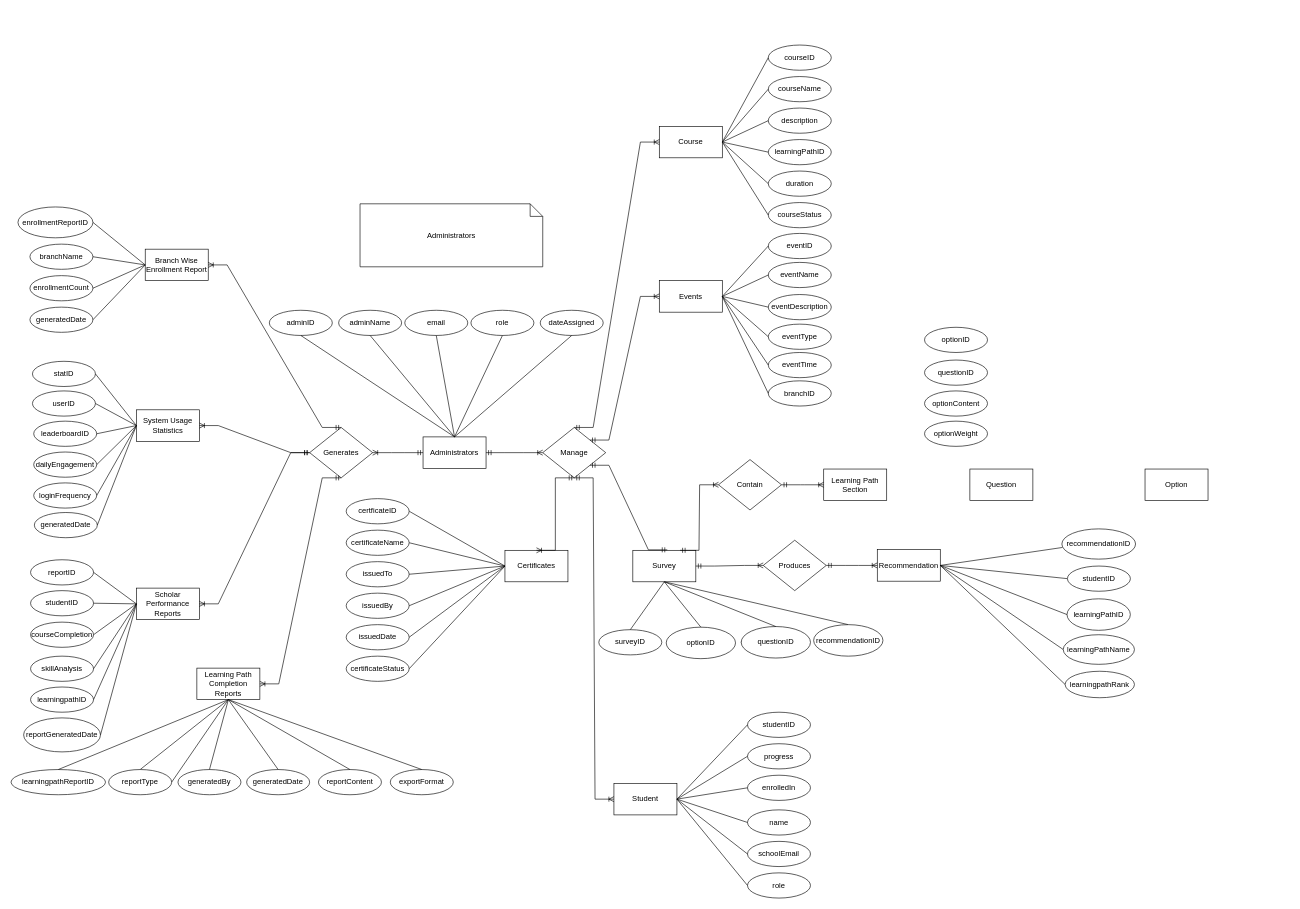
This is page "Page-4" (2 of 4) of SL-Activities/Task121/.drawio from rnrhltn/javanc3uc1, a draw.io file, before an edit. Source tidied: cells renumbered, new cells numbered last; positions are measured from the earlier drawing's top-left corner, leaving out a move shared by most shapes. Both pictures are drawn from the tidied source at 63%, with x=0, y=0 at pixel (11, 45).
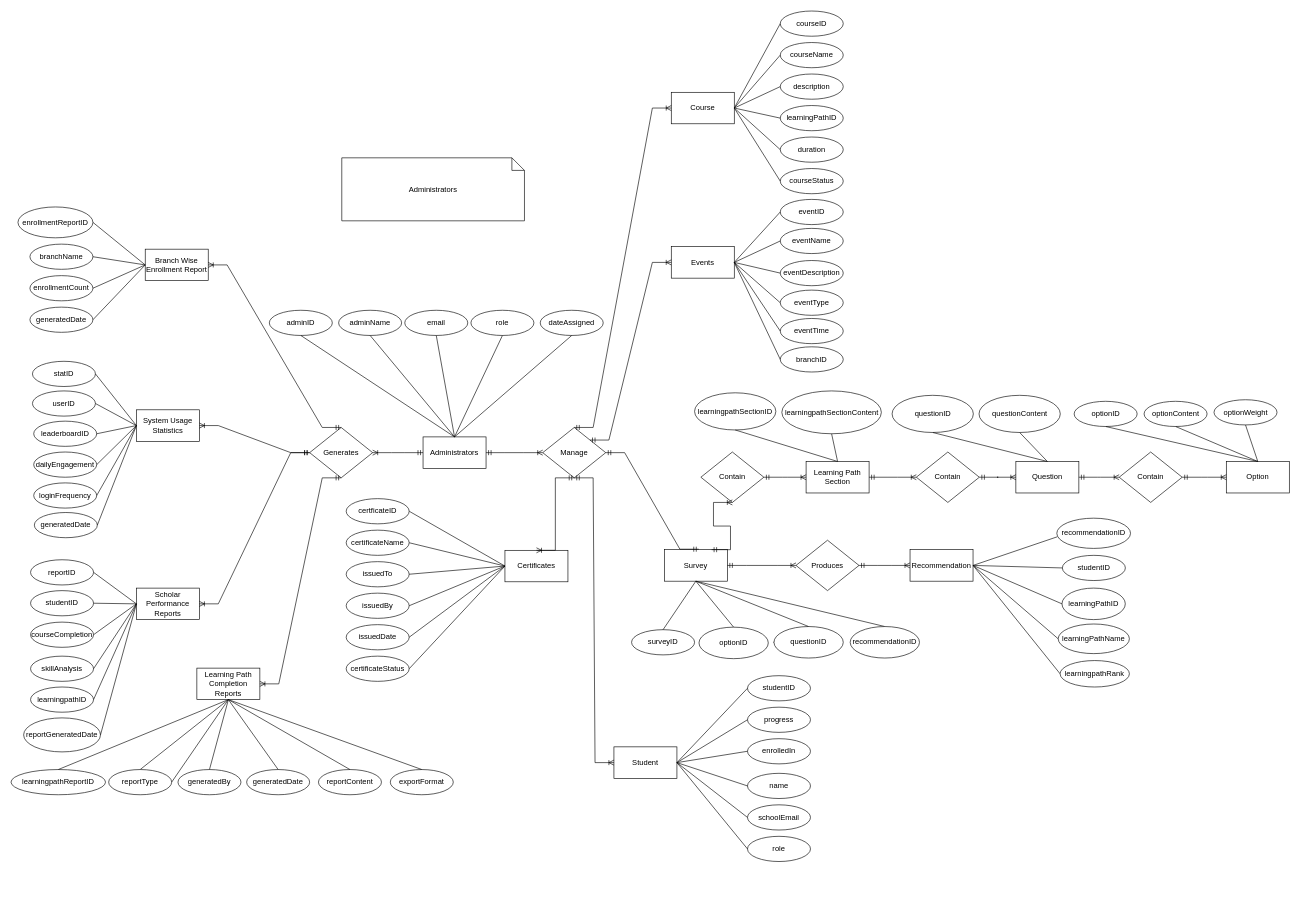
The same diagram, later.

The change refers to these unchanged cells:
```xml
<mxCell id="4" value="Manage" style="shape=rhombus;html=1;dashed=0;whiteSpace=wrap;perimeter=rhombusPerimeter;" parent="1" vertex="1">
  <mxGeometry x="844" y="607" width="100" height="80" as="geometry" />
</mxCell>
```

Diff of the diagram source:
```diff
@@
     <mxCell id="2" value="Administrators" style="shape=note;size=20;whiteSpace=wrap;html=1;" parent="1" vertex="1">
-      <mxGeometry x="554" y="252" width="290" height="100" as="geometry" />
+      <mxGeometry x="525" y="179" width="290" height="100" as="geometry" />
     </mxCell>
@@
     <mxCell id="5" value="Recommendation" style="html=1;dashed=0;whiteSpace=wrap;" parent="1" vertex="1">
-      <mxGeometry x="1375" y="801" width="100" height="50" as="geometry" />
+      <mxGeometry x="1427" y="801" width="100" height="50" as="geometry" />
     </mxCell>
     <mxCell id="6" value="Course" style="html=1;dashed=0;whiteSpace=wrap;" parent="1" vertex="1">
-      <mxGeometry x="1029" y="129" width="100" height="50" as="geometry" />
+      <mxGeometry x="1048" y="75" width="100" height="50" as="geometry" />
     </mxCell>
     <mxCell id="7" value="Student" style="html=1;dashed=0;whiteSpace=wrap;" parent="1" vertex="1">
-      <mxGeometry x="957" y="1172" width="100" height="50" as="geometry" />
+      <mxGeometry x="957" y="1114" width="100" height="50" as="geometry" />
     </mxCell>
@@
     <mxCell id="40" value="studentID" style="ellipse;whiteSpace=wrap;html=1;align=center;" parent="1" vertex="1">
-      <mxGeometry x="1169" y="1059" width="100" height="40" as="geometry" />
+      <mxGeometry x="1169" y="1001" width="100" height="40" as="geometry" />
     </mxCell>
     <mxCell id="41" value="name" style="ellipse;whiteSpace=wrap;html=1;align=center;" parent="1" vertex="1">
-      <mxGeometry x="1169" y="1214" width="100" height="40" as="geometry" />
+      <mxGeometry x="1169" y="1156" width="100" height="40" as="geometry" />
     </mxCell>
     <mxCell id="42" value="schoolEmail" style="ellipse;whiteSpace=wrap;html=1;align=center;" parent="1" vertex="1">
-      <mxGeometry x="1169" y="1264" width="100" height="40" as="geometry" />
+      <mxGeometry x="1169" y="1206" width="100" height="40" as="geometry" />
     </mxCell>
     <mxCell id="43" value="role" style="ellipse;whiteSpace=wrap;html=1;align=center;" parent="1" vertex="1">
-      <mxGeometry x="1169" y="1314" width="100" height="40" as="geometry" />
+      <mxGeometry x="1169" y="1256" width="100" height="40" as="geometry" />
     </mxCell>
     <mxCell id="44" value="enrolledIn" style="ellipse;whiteSpace=wrap;html=1;align=center;" parent="1" vertex="1">
-      <mxGeometry x="1169" y="1159" width="100" height="40" as="geometry" />
+      <mxGeometry x="1169" y="1101" width="100" height="40" as="geometry" />
     </mxCell>
     <mxCell id="45" value="progress" style="ellipse;whiteSpace=wrap;html=1;align=center;" parent="1" vertex="1">
-      <mxGeometry x="1169" y="1109" width="100" height="40" as="geometry" />
+      <mxGeometry x="1169" y="1051" width="100" height="40" as="geometry" />
     </mxCell>
@@
     <mxCell id="52" value="&lt;div&gt;courseID&lt;/div&gt;" style="ellipse;whiteSpace=wrap;html=1;align=center;" parent="1" vertex="1">
-      <mxGeometry x="1202" width="100" height="40" as="geometry" />
+      <mxGeometry x="1221" y="-54" width="100" height="40" as="geometry" />
     </mxCell>
     <mxCell id="53" value="&lt;div&gt;courseName&lt;/div&gt;" style="ellipse;whiteSpace=wrap;html=1;align=center;" parent="1" vertex="1">
-      <mxGeometry x="1202" y="50" width="100" height="40" as="geometry" />
+      <mxGeometry x="1221" y="-4" width="100" height="40" as="geometry" />
     </mxCell>
     <mxCell id="54" value="&lt;div&gt;description&lt;/div&gt;" style="ellipse;whiteSpace=wrap;html=1;align=center;" parent="1" vertex="1">
-      <mxGeometry x="1202" y="100" width="100" height="40" as="geometry" />
+      <mxGeometry x="1221" y="46" width="100" height="40" as="geometry" />
     </mxCell>
     <mxCell id="55" value="&lt;div&gt;learningPathID&lt;/div&gt;" style="ellipse;whiteSpace=wrap;html=1;align=center;" parent="1" vertex="1">
-      <mxGeometry x="1202" y="150" width="100" height="40" as="geometry" />
+      <mxGeometry x="1221" y="96" width="100" height="40" as="geometry" />
     </mxCell>
     <mxCell id="56" value="&lt;div&gt;courseStatus&lt;/div&gt;" style="ellipse;whiteSpace=wrap;html=1;align=center;" parent="1" vertex="1">
-      <mxGeometry x="1202" y="250" width="100" height="40" as="geometry" />
+      <mxGeometry x="1221" y="196" width="100" height="40" as="geometry" />
     </mxCell>
@@
     <mxCell id="62" value="&lt;div&gt;duration&lt;/div&gt;" style="ellipse;whiteSpace=wrap;html=1;align=center;" parent="1" vertex="1">
-      <mxGeometry x="1202" y="200" width="100" height="40" as="geometry" />
+      <mxGeometry x="1221" y="146" width="100" height="40" as="geometry" />
     </mxCell>
@@
     <mxCell id="120" value="eventDescription" style="ellipse;whiteSpace=wrap;html=1;align=center;" parent="1" vertex="1">
-      <mxGeometry x="1202" y="396" width="100" height="40" as="geometry" />
+      <mxGeometry x="1221" y="342" width="100" height="40" as="geometry" />
     </mxCell>
     <mxCell id="121" value="eventTime" style="ellipse;whiteSpace=wrap;html=1;align=center;" parent="1" vertex="1">
-      <mxGeometry x="1202" y="488" width="100" height="40" as="geometry" />
+      <mxGeometry x="1221" y="434" width="100" height="40" as="geometry" />
     </mxCell>
     <mxCell id="122" value="eventType" style="ellipse;whiteSpace=wrap;html=1;align=center;" parent="1" vertex="1">
-      <mxGeometry x="1202" y="443" width="100" height="40" as="geometry" />
+      <mxGeometry x="1221" y="389" width="100" height="40" as="geometry" />
     </mxCell>
     <mxCell id="123" value="branchID" style="ellipse;whiteSpace=wrap;html=1;align=center;" parent="1" vertex="1">
-      <mxGeometry x="1202" y="533" width="100" height="40" as="geometry" />
+      <mxGeometry x="1221" y="479" width="100" height="40" as="geometry" />
     </mxCell>
     <mxCell id="124" style="edgeStyle=orthogonalEdgeStyle;rounded=0;jettySize=auto;html=1;exitX=0;exitY=0.5;exitDx=0;exitDy=0;" parent="1" edge="1" source="125">
       <mxGeometry relative="1" as="geometry">
-        <mxPoint x="1157.5" y="948.3" as="targetPoint" />
+        <mxPoint x="1209.5" y="948.3" as="targetPoint" />
       </mxGeometry>
     </mxCell>
     <mxCell id="125" value="questionID" style="ellipse;whiteSpace=wrap;html=1;align=center;" parent="1" vertex="1">
-      <mxGeometry x="1159" y="923" width="110" height="50" as="geometry" />
+      <mxGeometry x="1211" y="923" width="110" height="50" as="geometry" />
     </mxCell>
     <mxCell id="126" value="optionID" style="ellipse;whiteSpace=wrap;html=1;align=center;" parent="1" vertex="1">
-      <mxGeometry x="1040" y="924" width="110" height="50" as="geometry" />
+      <mxGeometry x="1092" y="924" width="110" height="50" as="geometry" />
     </mxCell>
     <mxCell id="127" value="Events" style="html=1;dashed=0;whiteSpace=wrap;" parent="1" vertex="1">
-      <mxGeometry x="1029" y="374" width="100" height="50" as="geometry" />
+      <mxGeometry x="1048" y="320" width="100" height="50" as="geometry" />
     </mxCell>
@@
     <mxCell id="129" value="eventID" style="ellipse;whiteSpace=wrap;html=1;align=center;" parent="1" vertex="1">
-      <mxGeometry x="1202" y="299" width="100" height="40" as="geometry" />
+      <mxGeometry x="1221" y="245" width="100" height="40" as="geometry" />
     </mxCell>
     <mxCell id="130" value="eventName" style="ellipse;whiteSpace=wrap;html=1;align=center;" parent="1" vertex="1">
-      <mxGeometry x="1202" y="345" width="100" height="40" as="geometry" />
+      <mxGeometry x="1221" y="291" width="100" height="40" as="geometry" />
     </mxCell>
@@
     <mxCell id="137" value="Survey" style="html=1;dashed=0;whiteSpace=wrap;" parent="1" vertex="1">
-      <mxGeometry x="987" y="802" width="100" height="50" as="geometry" />
+      <mxGeometry x="1037" y="801" width="100" height="50" as="geometry" />
     </mxCell>
-    <mxCell id="138" style="edgeStyle=entityRelationEdgeStyle;fontSize=12;html=1;endArrow=ERmandOne;startArrow=ERmandOne;rounded=0;exitX=1;exitY=1;exitDx=0;exitDy=0;entryX=0.547;entryY=-0.015;entryDx=0;entryDy=0;entryPerimeter=0;" parent="1" edge="1" source="4" target="137">
+    <mxCell id="138" style="edgeStyle=entityRelationEdgeStyle;fontSize=12;html=1;endArrow=ERmandOne;startArrow=ERmandOne;rounded=0;exitX=1;exitY=0.5;exitDx=0;exitDy=0;entryX=0.547;entryY=-0.015;entryDx=0;entryDy=0;entryPerimeter=0;" parent="1" edge="1" source="4" target="137">
       <mxGeometry relative="1" as="geometry" />
     </mxCell>
     <mxCell id="139" value="surveyID" style="ellipse;whiteSpace=wrap;html=1;align=center;" parent="1" vertex="1">
-      <mxGeometry x="933" y="928" width="100" height="40" as="geometry" />
+      <mxGeometry x="985" y="928" width="100" height="40" as="geometry" />
     </mxCell>
@@
     <mxCell id="143" value="Produces" style="shape=rhombus;html=1;dashed=0;whiteSpace=wrap;perimeter=rhombusPerimeter;" parent="1" vertex="1">
-      <mxGeometry x="1194" y="786" width="100" height="80" as="geometry" />
+      <mxGeometry x="1246" y="786" width="100" height="80" as="geometry" />
     </mxCell>
@@
     <mxCell id="146" value="Contain" style="shape=rhombus;html=1;dashed=0;whiteSpace=wrap;perimeter=rhombusPerimeter;" parent="1" vertex="1">
-      <mxGeometry x="1123" y="658" width="100" height="80" as="geometry" />
+      <mxGeometry x="1095" y="646" width="100" height="80" as="geometry" />
     </mxCell>
-    <mxCell id="147" style="edgeStyle=entityRelationEdgeStyle;fontSize=12;html=1;endArrow=ERoneToMany;startArrow=ERmandOne;rounded=0;exitX=0.75;exitY=0;exitDx=0;exitDy=0;entryX=0;entryY=0.5;entryDx=0;entryDy=0;" parent="1" edge="1" source="137" target="146">
+    <mxCell id="147" style="edgeStyle=entityRelationEdgeStyle;fontSize=12;html=1;endArrow=ERoneToMany;startArrow=ERmandOne;rounded=0;exitX=0.75;exitY=0;exitDx=0;exitDy=0;entryX=0.5;entryY=1;entryDx=0;entryDy=0;" parent="1" edge="1" source="137" target="146">
       <mxGeometry relative="1" as="geometry" />
     </mxCell>
     <mxCell id="148" value="Learning Path Section" style="html=1;dashed=0;whiteSpace=wrap;" parent="1" vertex="1">
-      <mxGeometry x="1290" y="673" width="100" height="50" as="geometry" />
+      <mxGeometry x="1262" y="661" width="100" height="50" as="geometry" />
     </mxCell>
@@
-    <mxCell id="150" value="questionID" style="ellipse;whiteSpace=wrap;html=1;align=center;" parent="1" vertex="1">
-      <mxGeometry x="1450" y="500" width="100" height="40" as="geometry" />
-    </mxCell>
     <mxCell id="151" value="optionWeight" style="ellipse;whiteSpace=wrap;html=1;align=center;" parent="1" vertex="1">
-      <mxGeometry x="1450" y="597" width="100" height="40" as="geometry" />
+      <mxGeometry x="1909.5" y="563" width="100" height="40" as="geometry" />
     </mxCell>
     <mxCell id="152" value="optionContent" style="ellipse;whiteSpace=wrap;html=1;align=center;" parent="1" vertex="1">
-      <mxGeometry x="1450" y="549" width="100" height="40" as="geometry" />
+      <mxGeometry x="1798.5" y="565.5" width="100" height="40" as="geometry" />
     </mxCell>
     <mxCell id="153" value="optionID" style="ellipse;whiteSpace=wrap;html=1;align=center;" parent="1" vertex="1">
-      <mxGeometry x="1450" y="448" width="100" height="40" as="geometry" />
+      <mxGeometry x="1687.5" y="565.5" width="100" height="40" as="geometry" />
     </mxCell>
     <mxCell id="154" value="learningPathName" style="ellipse;whiteSpace=wrap;html=1;align=center;" parent="1" vertex="1">
-      <mxGeometry x="1670.2" y="936" width="113" height="47" as="geometry" />
+      <mxGeometry x="1662.2" y="919" width="113" height="47" as="geometry" />
     </mxCell>
     <mxCell id="155" value="recommendationID" style="ellipse;whiteSpace=wrap;html=1;align=center;" parent="1" vertex="1">
-      <mxGeometry x="1668" y="768" width="117" height="48" as="geometry" />
+      <mxGeometry x="1660" y="751" width="117" height="48" as="geometry" />
     </mxCell>
     <mxCell id="156" value="studentID" style="ellipse;whiteSpace=wrap;html=1;align=center;" parent="1" vertex="1">
-      <mxGeometry x="1676.8" y="827" width="100" height="40" as="geometry" />
+      <mxGeometry x="1668.8" y="810" width="100" height="40" as="geometry" />
     </mxCell>
     <mxCell id="157" value="learningPathID" style="ellipse;whiteSpace=wrap;html=1;align=center;" parent="1" vertex="1">
-      <mxGeometry x="1676.2" y="879" width="100.5" height="50" as="geometry" />
+      <mxGeometry x="1668.2" y="862" width="100.5" height="50" as="geometry" />
     </mxCell>
     <mxCell id="158" value="learningpathRank" style="ellipse;whiteSpace=wrap;html=1;align=center;" parent="1" vertex="1">
-      <mxGeometry x="1673.2" y="994" width="110" height="42" as="geometry" />
+      <mxGeometry x="1665.2" y="977" width="110" height="42" as="geometry" />
     </mxCell>
@@
     <mxCell id="160" value="Question" style="html=1;dashed=0;whiteSpace=wrap;" parent="1" vertex="1">
-      <mxGeometry x="1522" y="673" width="100" height="50" as="geometry" />
+      <mxGeometry x="1595" y="661" width="100" height="50" as="geometry" />
     </mxCell>
     <mxCell id="161" value="Option" style="html=1;dashed=0;whiteSpace=wrap;" parent="1" vertex="1">
-      <mxGeometry x="1800" y="673" width="100" height="50" as="geometry" />
+      <mxGeometry x="1929" y="661" width="100" height="50" as="geometry" />
     </mxCell>
     <mxCell id="162" value="recommendationID" style="ellipse;whiteSpace=wrap;html=1;align=center;" parent="1" vertex="1">
-      <mxGeometry x="1274" y="920" width="110" height="50" as="geometry" />
+      <mxGeometry x="1332" y="923" width="110" height="50" as="geometry" />
     </mxCell>
+    <mxCell id="163" value="Contain" style="shape=rhombus;html=1;dashed=0;whiteSpace=wrap;perimeter=rhombusPerimeter;" parent="1" vertex="1">
+      <mxGeometry x="1437" y="646" width="100" height="80" as="geometry" />
+    </mxCell>
+    <mxCell id="164" style="edgeStyle=entityRelationEdgeStyle;fontSize=12;html=1;endArrow=ERoneToMany;startArrow=ERmandOne;rounded=0;entryX=0;entryY=0.5;entryDx=0;entryDy=0;exitX=1;exitY=0.5;exitDx=0;exitDy=0;" parent="1" edge="1" source="148" target="163">
+      <mxGeometry relative="1" as="geometry" />
+    </mxCell>
+    <mxCell id="165" style="edgeStyle=entityRelationEdgeStyle;fontSize=12;html=1;endArrow=ERoneToMany;startArrow=ERmandOne;rounded=0;entryX=0;entryY=0.5;entryDx=0;entryDy=0;exitX=1;exitY=0.5;exitDx=0;exitDy=0;" parent="1" edge="1" source="163" target="160">
+      <mxGeometry relative="1" as="geometry" />
+    </mxCell>
+    <mxCell id="166" style="edgeStyle=entityRelationEdgeStyle;fontSize=12;html=1;endArrow=ERoneToMany;startArrow=ERmandOne;rounded=0;entryX=0;entryY=0.5;entryDx=0;entryDy=0;exitX=1;exitY=0.5;exitDx=0;exitDy=0;" parent="1" edge="1" source="160" target="167">
+      <mxGeometry relative="1" as="geometry" />
+    </mxCell>
+    <mxCell id="167" value="Contain" style="shape=rhombus;html=1;dashed=0;whiteSpace=wrap;perimeter=rhombusPerimeter;" parent="1" vertex="1">
+      <mxGeometry x="1759" y="646" width="100" height="80" as="geometry" />
+    </mxCell>
+    <mxCell id="168" style="edgeStyle=entityRelationEdgeStyle;fontSize=12;html=1;endArrow=ERoneToMany;startArrow=ERmandOne;rounded=0;entryX=0;entryY=0.5;entryDx=0;entryDy=0;exitX=1;exitY=0.5;exitDx=0;exitDy=0;" parent="1" edge="1" source="167" target="161">
+      <mxGeometry relative="1" as="geometry" />
+    </mxCell>
+    <mxCell id="169" value="learningpathSectionID" style="ellipse;whiteSpace=wrap;html=1;align=center;" parent="1" vertex="1">
+      <mxGeometry x="1085" y="552" width="129" height="59" as="geometry" />
+    </mxCell>
+    <mxCell id="170" value="learningpathSectionContent" style="ellipse;whiteSpace=wrap;html=1;align=center;" parent="1" vertex="1">
+      <mxGeometry x="1223.5" y="549" width="158" height="68" as="geometry" />
+    </mxCell>
+    <mxCell id="171" style="endArrow=none;html=1;rounded=0;exitX=0.5;exitY=1;exitDx=0;exitDy=0;entryX=0.5;entryY=0;entryDx=0;entryDy=0;" parent="1" edge="1" source="169" target="148">
+      <mxGeometry relative="1" as="geometry" />
+    </mxCell>
+    <mxCell id="172" style="endArrow=none;html=1;rounded=0;exitX=0.5;exitY=0;exitDx=0;exitDy=0;entryX=0.5;entryY=1;entryDx=0;entryDy=0;" parent="1" edge="1" source="148" target="170">
+      <mxGeometry relative="1" as="geometry" />
+    </mxCell>
+    <mxCell id="150" value="questionID" style="ellipse;whiteSpace=wrap;html=1;align=center;" parent="1" vertex="1">
+      <mxGeometry x="1398.5" y="556" width="129" height="59" as="geometry" />
+    </mxCell>
+    <mxCell id="173" value="questionContent" style="ellipse;whiteSpace=wrap;html=1;align=center;" parent="1" vertex="1">
+      <mxGeometry x="1536.5" y="556" width="129" height="59" as="geometry" />
+    </mxCell>
+    <mxCell id="174" style="endArrow=none;html=1;rounded=0;exitX=0.5;exitY=0;exitDx=0;exitDy=0;entryX=0.5;entryY=1;entryDx=0;entryDy=0;" parent="1" edge="1" source="160" target="150">
+      <mxGeometry relative="1" as="geometry" />
+    </mxCell>
+    <mxCell id="175" style="endArrow=none;html=1;rounded=0;exitX=0.5;exitY=0;exitDx=0;exitDy=0;entryX=0.5;entryY=1;entryDx=0;entryDy=0;" parent="1" edge="1" source="160" target="173">
+      <mxGeometry relative="1" as="geometry" />
+    </mxCell>
+    <mxCell id="176" style="endArrow=none;html=1;rounded=0;exitX=0.5;exitY=0;exitDx=0;exitDy=0;entryX=0.5;entryY=1;entryDx=0;entryDy=0;" parent="1" edge="1" source="161" target="153">
+      <mxGeometry relative="1" as="geometry" />
+    </mxCell>
+    <mxCell id="177" style="endArrow=none;html=1;rounded=0;exitX=0.5;exitY=0;exitDx=0;exitDy=0;entryX=0.5;entryY=1;entryDx=0;entryDy=0;" parent="1" edge="1" source="161" target="152">
+      <mxGeometry relative="1" as="geometry" />
+    </mxCell>
+    <mxCell id="178" style="endArrow=none;html=1;rounded=0;exitX=0.5;exitY=0;exitDx=0;exitDy=0;entryX=0.5;entryY=1;entryDx=0;entryDy=0;" parent="1" edge="1" source="161" target="151">
+      <mxGeometry relative="1" as="geometry" />
+    </mxCell>
```
